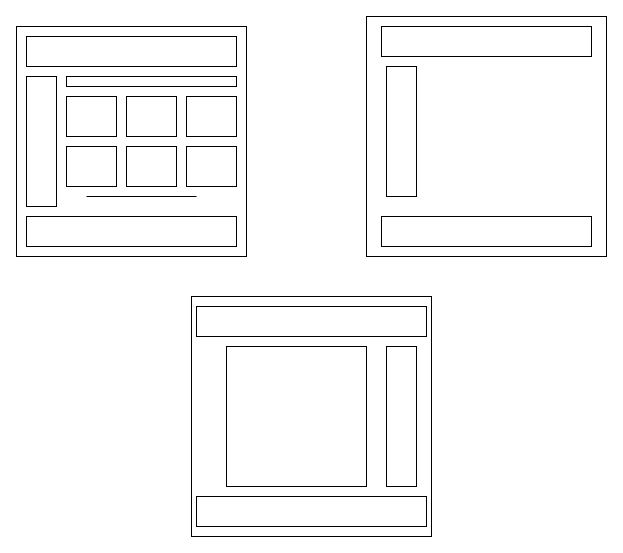
Nithin-pix/Nithin-pix keeps this draw.io diagram as Untitled Diagram.drawio. Above is the earlier version. Source tidied: cells renumbered, new cells numbered last; positions are measured from the earlier drawing's top-left corner, leaving out a move shared by most shapes. Both pictures are drawn from the tidied source at 100%, with x=0, y=0 at pixel (16, 16).
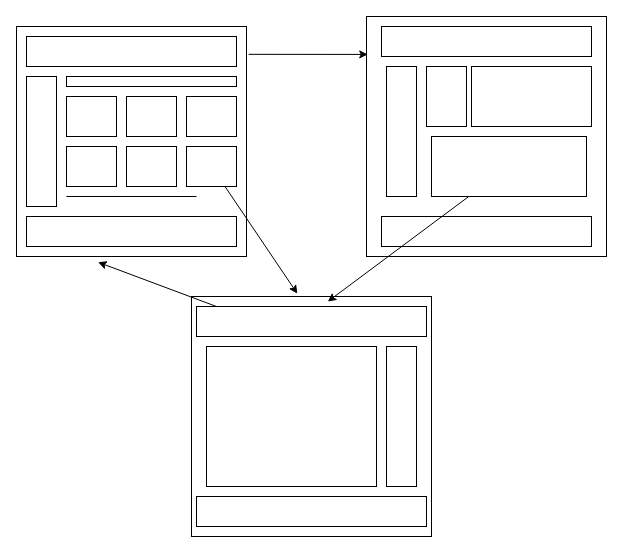
After the change.

Unchanged cells that the change refers to:
```xml
<mxCell id="2" style="whiteSpace=wrap;html=1;" parent="1" vertex="1">
  <mxGeometry y="10" width="230" height="230" as="geometry" />
</mxCell>
<mxCell id="3" style="whiteSpace=wrap;html=1;" parent="1" vertex="1">
  <mxGeometry x="350" width="240" height="240" as="geometry" />
</mxCell>
<mxCell id="4" style="whiteSpace=wrap;html=1;" parent="1" vertex="1">
  <mxGeometry x="175" y="280" width="240" height="240" as="geometry" />
</mxCell>
<mxCell id="7" style="rounded=0;whiteSpace=wrap;html=1;" parent="1" vertex="1">
  <mxGeometry x="180" y="290" width="230" height="30" as="geometry" />
</mxCell>
<mxCell id="19" style="rounded=0;whiteSpace=wrap;html=1;" parent="1" vertex="1">
  <mxGeometry x="170" y="130" width="50" height="40" as="geometry" />
</mxCell>
```

What changed in the source:
```diff
@@
-    <mxCell id="14" style="whiteSpace=wrap;html=1;" parent="1" vertex="1">
-      <mxGeometry x="210" y="330" width="140" height="140" as="geometry" />
-    </mxCell>
@@
-    <mxCell id="22" style="endArrow=none;html=1;rounded=0;" parent="1" edge="1">
+    <mxCell id="22" style="endArrow=none;html=1;rounded=0;exitX=0.217;exitY=0.739;exitDx=0;exitDy=0;exitPerimeter=0;" parent="1" edge="1" source="2">
       <mxGeometry relative="1" as="geometry">
-        <mxPoint x="70" y="180" as="sourcePoint" />
         <mxPoint x="180" y="180" as="targetPoint" />
       </mxGeometry>
     </mxCell>
+    <mxCell id="23" style="rounded=0;whiteSpace=wrap;html=1;" parent="1" vertex="1">
+      <mxGeometry x="455" y="50" width="120" height="60" as="geometry" />
+    </mxCell>
+    <mxCell id="24" style="rounded=0;whiteSpace=wrap;html=1;" parent="1" vertex="1">
+      <mxGeometry x="410" y="50" width="40" height="60" as="geometry" />
+    </mxCell>
+    <mxCell id="25" style="rounded=0;whiteSpace=wrap;html=1;" parent="1" vertex="1">
+      <mxGeometry x="190" y="330" width="170" height="140" as="geometry" />
+    </mxCell>
+    <mxCell id="26" style="rounded=0;whiteSpace=wrap;html=1;" parent="1" vertex="1">
+      <mxGeometry x="415" y="120" width="155" height="60" as="geometry" />
+    </mxCell>
+    <mxCell id="27" style="endArrow=classic;html=1;rounded=0;entryX=0.441;entryY=-0.012;entryDx=0;entryDy=0;entryPerimeter=0;" parent="1" edge="1" source="19" target="4">
+      <mxGeometry relative="1" as="geometry" />
+    </mxCell>
+    <mxCell id="28" style="endArrow=classic;html=1;rounded=0;entryX=0.005;entryY=0.158;entryDx=0;entryDy=0;entryPerimeter=0;exitX=1.009;exitY=0.121;exitDx=0;exitDy=0;exitPerimeter=0;" parent="1" edge="1" source="2" target="3">
+      <mxGeometry relative="1" as="geometry" />
+    </mxCell>
+    <mxCell id="29" style="endArrow=classic;html=1;rounded=0;entryX=0.568;entryY=0.021;entryDx=0;entryDy=0;entryPerimeter=0;" parent="1" edge="1" source="26" target="4">
+      <mxGeometry relative="1" as="geometry" />
+    </mxCell>
+    <mxCell id="30" style="endArrow=classic;html=1;rounded=0;exitX=0.087;exitY=0;exitDx=0;exitDy=0;exitPerimeter=0;entryX=0.355;entryY=1.025;entryDx=0;entryDy=0;entryPerimeter=0;" parent="1" edge="1" source="7" target="2">
+      <mxGeometry relative="1" as="geometry" />
+    </mxCell>
```
